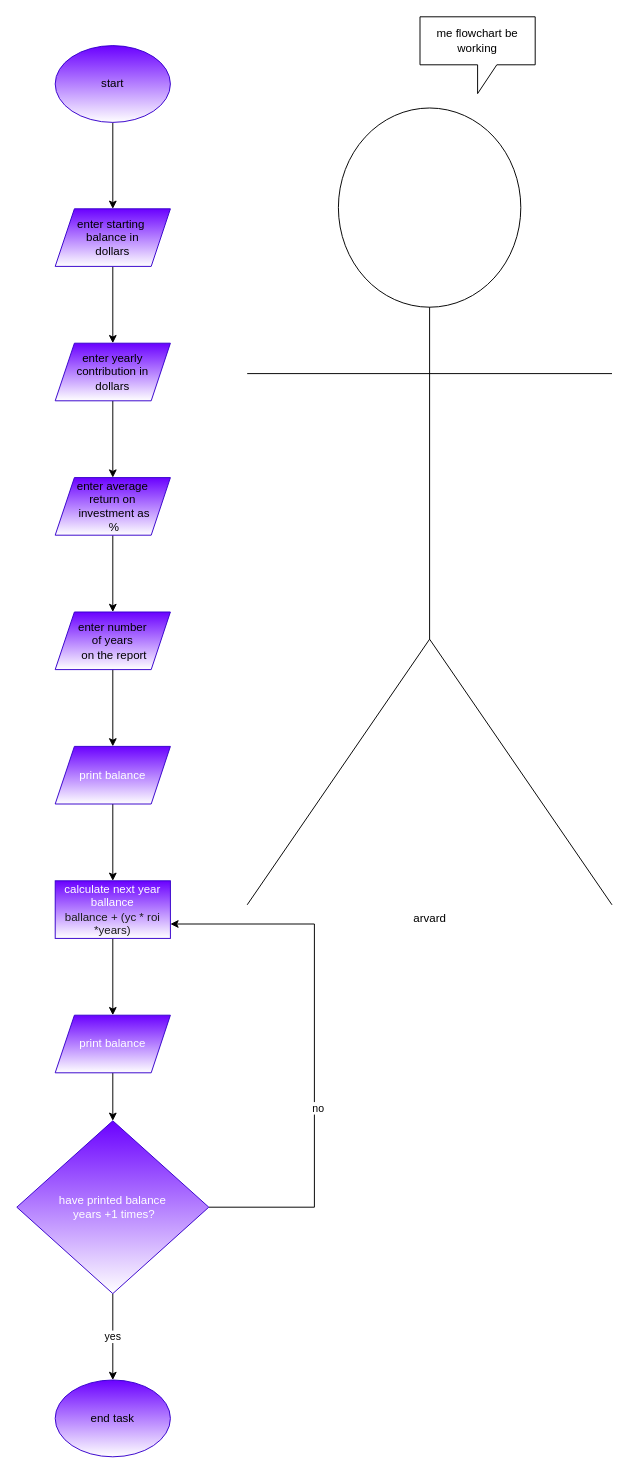
WilsonTalentCenter/advpseudoflow-cwinger316 keeps this draw.io diagram as Untitled Diagram.drawio. Above is the earlier version. Source tidied: cells renumbered, new cells numbered last; positions are measured from the earlier drawing's top-left corner, leaving out a move shared by most shapes. Both pictures are drawn from the tidied source at 96%, with x=0, y=0 at pixel (16, 16).
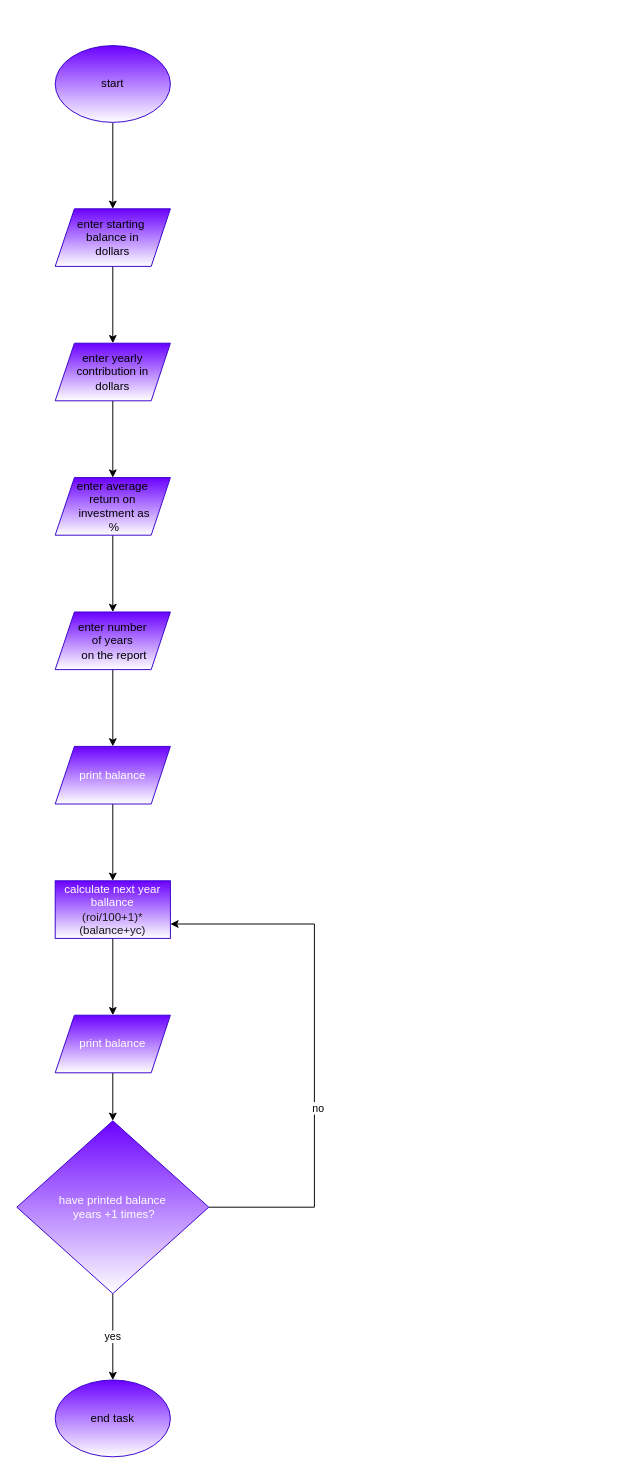
After the change.

What changed in the source:
```diff
@@
-    <mxCell id="13" value="arvard" style="shape=umlActor;verticalLabelPosition=bottom;verticalAlign=top;html=1;gradientColor=#ffffff;" parent="1" vertex="1">
-      <mxGeometry x="240" y="95" width="380" height="830" as="geometry" />
-    </mxCell>
-    <mxCell id="14" value="me flowchart be working" style="shape=callout;whiteSpace=wrap;html=1;perimeter=calloutPerimeter;gradientColor=#ffffff;" parent="1" vertex="1">
-      <mxGeometry x="420" width="120" height="80" as="geometry" />
-    </mxCell>
@@
-    <mxCell id="18" value="calculate next year ballance&lt;br&gt;&lt;font color=&quot;#1a1a1a&quot;&gt;ballance + (yc * roi *years)&lt;/font&gt;" style="whiteSpace=wrap;html=1;fontColor=#ffffff;strokeColor=#3700CC;fillColor=#6a00ff;gradientColor=#ffffff;" parent="1" vertex="1">
+    <mxCell id="18" value="calculate next year ballance&lt;br&gt;&lt;font color=&quot;#1a1a1a&quot;&gt;(roi/100+1)*(balance+yc)&lt;/font&gt;" style="whiteSpace=wrap;html=1;fontColor=#ffffff;strokeColor=#3700CC;fillColor=#6a00ff;gradientColor=#ffffff;" parent="1" vertex="1">
       <mxGeometry x="40" y="900" width="120" height="60" as="geometry" />
     </mxCell>
```
